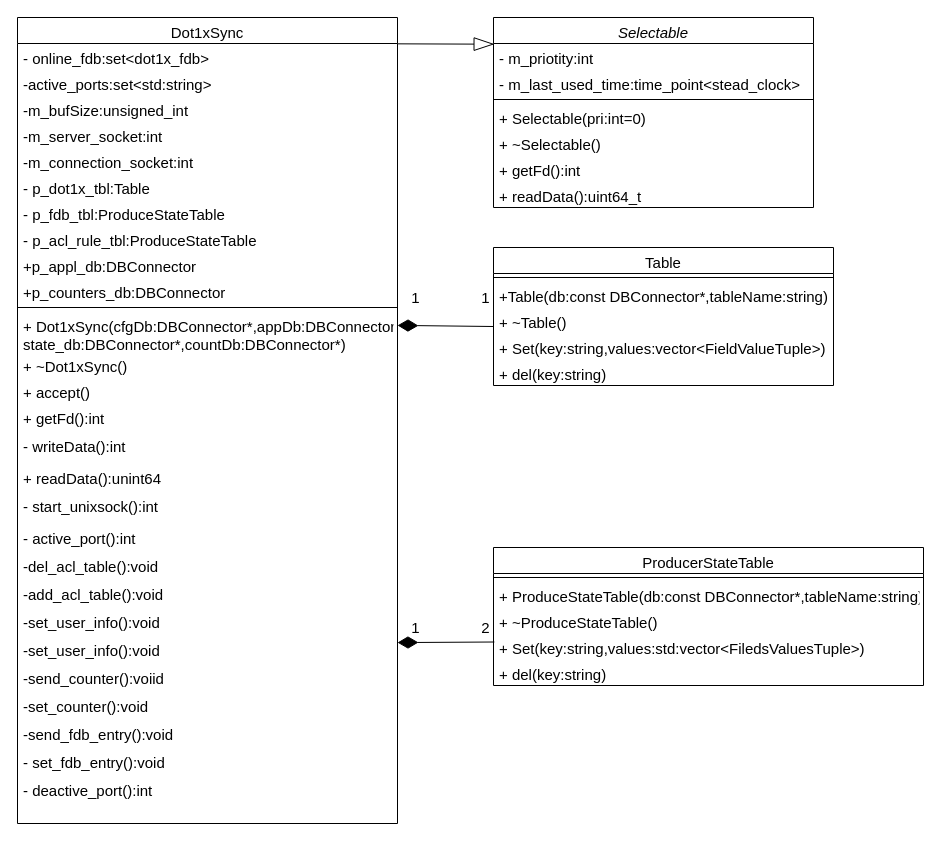
This is Dot1xSync.drawio from PATORITU/PATORITU, a draw.io file, before an edit. Source tidied: cells renumbered, new cells numbered last; positions are measured from the earlier drawing's top-left corner, leaving out a move shared by most shapes. Both pictures are drawn from the tidied source at 100%, with x=0, y=0 at pixel (17, 17).
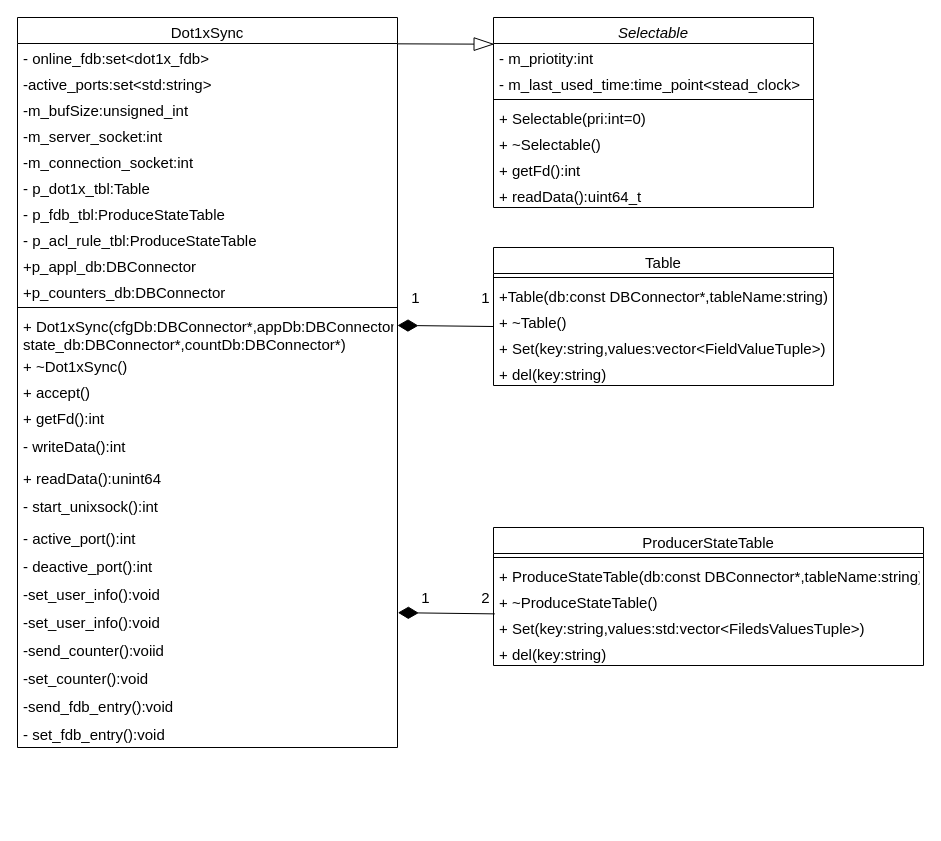
The same page after the edit.

Unchanged cells that the change refers to:
```xml
<mxCell id="49" value="+ Set(key:string,values:std:vector&lt;FiledsValuesTuple&gt;)" style="text;align=left;verticalAlign=top;spacingLeft=4;spacingRight=4;overflow=hidden;points=[[0,0.5],[1,0.5]];portConstraint=eastwest;fontSize=15;" parent="45" vertex="1">
  <mxGeometry y="86" width="430" height="26" as="geometry" />
</mxCell>
```

Diff of the diagram source:
```diff
@@
     <mxCell id="16" value="Dot1xSync" style="swimlane;fontStyle=0;align=center;verticalAlign=top;horizontal=1;startSize=26;rounded=0;shadow=0;strokeWidth=1;fontSize=15;" parent="1" vertex="1">
-      <mxGeometry width="380" height="806" as="geometry" />
+      <mxGeometry width="380" height="730" as="geometry" />
     </mxCell>
@@
-    <mxCell id="36" value="-del_acl_table():void" style="text;align=left;verticalAlign=top;spacingLeft=4;spacingRight=4;overflow=hidden;rounded=0;shadow=0;html=0;fontSize=15;" parent="16" vertex="1">
-      <mxGeometry y="534" width="380" height="28" as="geometry" />
-    </mxCell>
-    <mxCell id="37" value="-add_acl_table():void" style="text;align=left;verticalAlign=top;spacingLeft=4;spacingRight=4;overflow=hidden;rounded=0;shadow=0;html=0;fontSize=15;" parent="16" vertex="1">
-      <mxGeometry y="562" width="380" height="28" as="geometry" />
-    </mxCell>
+    <mxCell id="44" value="- deactive_port():int" style="text;align=left;verticalAlign=top;spacingLeft=4;spacingRight=4;overflow=hidden;rounded=0;shadow=0;html=0;fontSize=15;" parent="16" vertex="1">
+      <mxGeometry y="534" width="380" height="28" as="geometry" />
+    </mxCell>
     <mxCell id="38" value="-set_user_info():void" style="text;align=left;verticalAlign=top;spacingLeft=4;spacingRight=4;overflow=hidden;rounded=0;shadow=0;html=0;fontSize=15;" parent="16" vertex="1">
-      <mxGeometry y="590" width="380" height="28" as="geometry" />
+      <mxGeometry y="562" width="380" height="28" as="geometry" />
     </mxCell>
     <mxCell id="39" value="-set_user_info():void" style="text;align=left;verticalAlign=top;spacingLeft=4;spacingRight=4;overflow=hidden;points=[[0,0.5],[1,0.5]];portConstraint=eastwest;rounded=0;shadow=0;html=0;fontSize=15;" parent="16" vertex="1">
-      <mxGeometry y="618" width="380" height="28" as="geometry" />
+      <mxGeometry y="590" width="380" height="28" as="geometry" />
     </mxCell>
     <mxCell id="40" value="-send_counter():voiid" style="text;align=left;verticalAlign=top;spacingLeft=4;spacingRight=4;overflow=hidden;rounded=0;shadow=0;html=0;fontSize=15;" parent="16" vertex="1">
-      <mxGeometry y="646" width="380" height="28" as="geometry" />
+      <mxGeometry y="618" width="380" height="28" as="geometry" />
     </mxCell>
     <mxCell id="41" value="-set_counter():void" style="text;align=left;verticalAlign=top;spacingLeft=4;spacingRight=4;overflow=hidden;rounded=0;shadow=0;html=0;fontSize=15;" parent="16" vertex="1">
-      <mxGeometry y="674" width="380" height="28" as="geometry" />
+      <mxGeometry y="646" width="380" height="28" as="geometry" />
     </mxCell>
     <mxCell id="42" value="-send_fdb_entry():void" style="text;align=left;verticalAlign=top;spacingLeft=4;spacingRight=4;overflow=hidden;rounded=0;shadow=0;html=0;fontSize=15;" parent="16" vertex="1">
-      <mxGeometry y="702" width="380" height="28" as="geometry" />
+      <mxGeometry y="674" width="380" height="28" as="geometry" />
     </mxCell>
     <mxCell id="43" value="- set_fdb_entry():void" style="text;align=left;verticalAlign=top;spacingLeft=4;spacingRight=4;overflow=hidden;rounded=0;shadow=0;html=0;fontSize=15;" parent="16" vertex="1">
-      <mxGeometry y="730" width="380" height="28" as="geometry" />
+      <mxGeometry y="702" width="380" height="28" as="geometry" />
     </mxCell>
-    <mxCell id="44" value="- deactive_port():int" style="text;align=left;verticalAlign=top;spacingLeft=4;spacingRight=4;overflow=hidden;rounded=0;shadow=0;html=0;fontSize=15;" parent="16" vertex="1">
-      <mxGeometry y="758" width="380" height="28" as="geometry" />
-    </mxCell>
     <mxCell id="45" value="ProducerStateTable" style="swimlane;fontStyle=0;align=center;verticalAlign=top;horizontal=1;startSize=26;rounded=0;shadow=0;strokeWidth=1;fontSize=15;" parent="1" vertex="1">
-      <mxGeometry x="476" y="530" width="430" height="138" as="geometry" />
+      <mxGeometry x="476" y="510" width="430" height="138" as="geometry" />
     </mxCell>
@@
-    <mxCell id="52" style="endArrow=diamondThin;html=1;rounded=0;exitX=0.002;exitY=0.327;exitDx=0;exitDy=0;endFill=1;fontSize=15;endSize=18;exitPerimeter=0;entryX=1;entryY=0.253;entryDx=0;entryDy=0;entryPerimeter=0;" parent="1" edge="1" source="49" target="39">
+    <mxCell id="52" style="endArrow=diamondThin;html=1;rounded=0;exitX=0.003;exitY=0.015;exitDx=0;exitDy=0;endFill=1;fontSize=15;endSize=18;exitPerimeter=0;entryX=1.001;entryY=0.185;entryDx=0;entryDy=0;entryPerimeter=0;" parent="1" edge="1" source="49" target="39">
       <mxGeometry relative="1" as="geometry" />
     </mxCell>
     <mxCell id="53" value="1" style="edgeLabel;html=1;align=center;verticalAlign=middle;fontSize=15;" parent="1" vertex="1">
-      <mxGeometry x="326" y="630" as="geometry">
+      <mxGeometry x="336" y="600" as="geometry">
         <mxPoint x="71" y="-21" as="offset" />
       </mxGeometry>
     </mxCell>
     <mxCell id="54" value="2" style="edgeLabel;html=1;align=center;verticalAlign=middle;fontSize=15;" parent="1" vertex="1">
-      <mxGeometry x="396" y="630" as="geometry">
+      <mxGeometry x="396" y="600" as="geometry">
         <mxPoint x="71" y="-21" as="offset" />
       </mxGeometry>
     </mxCell>
```
